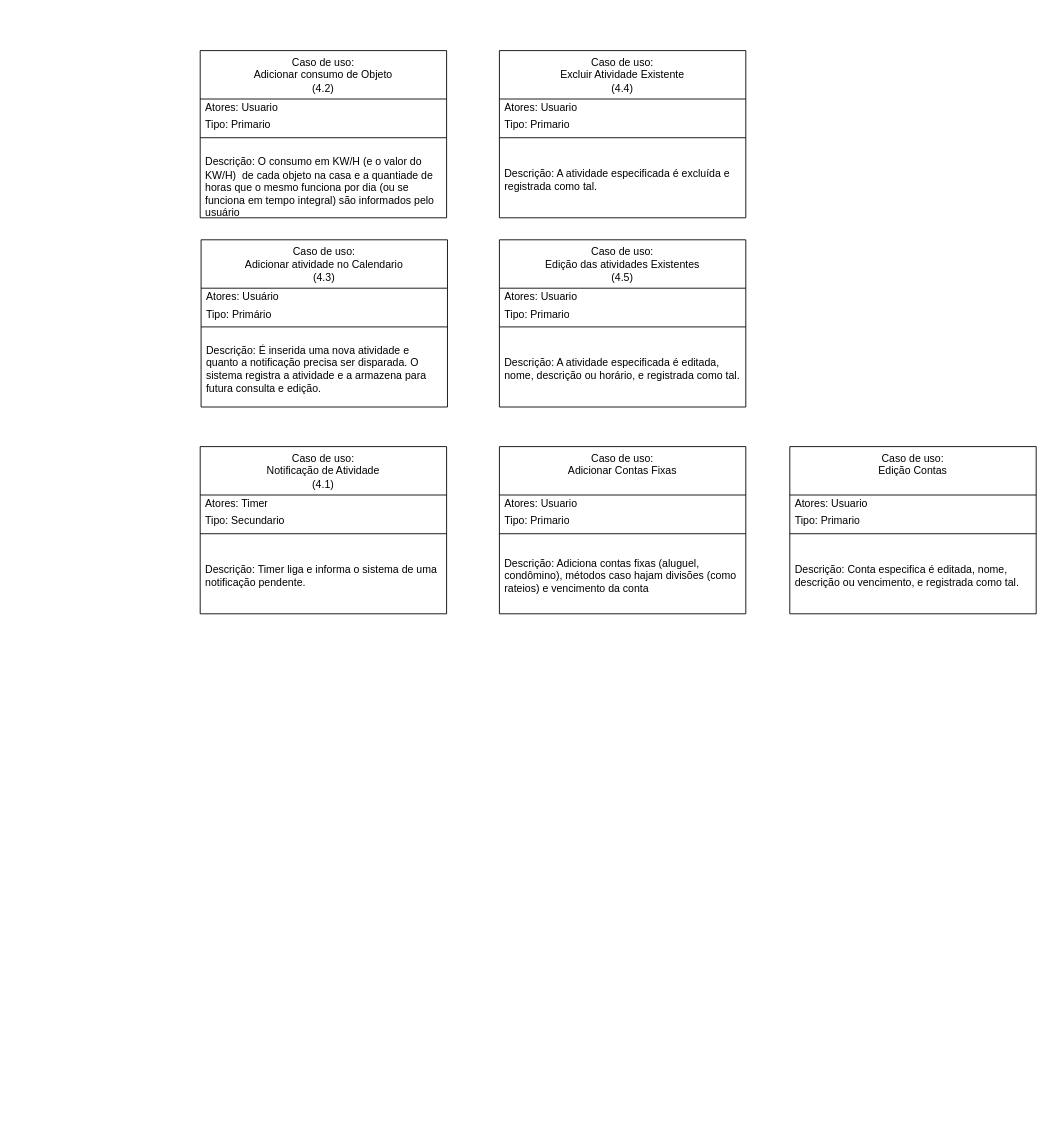
This is Caso_de_uso_AltoNivel.drawio from Sleeper02/ESI, a draw.io file, before an edit. Source tidied: cells renumbered, new cells numbered last; positions are measured from the earlier drawing's top-left corner, leaving out a move shared by most shapes. Both pictures are drawn from the tidied source at 88%, with x=0, y=0 at pixel (200, 50).
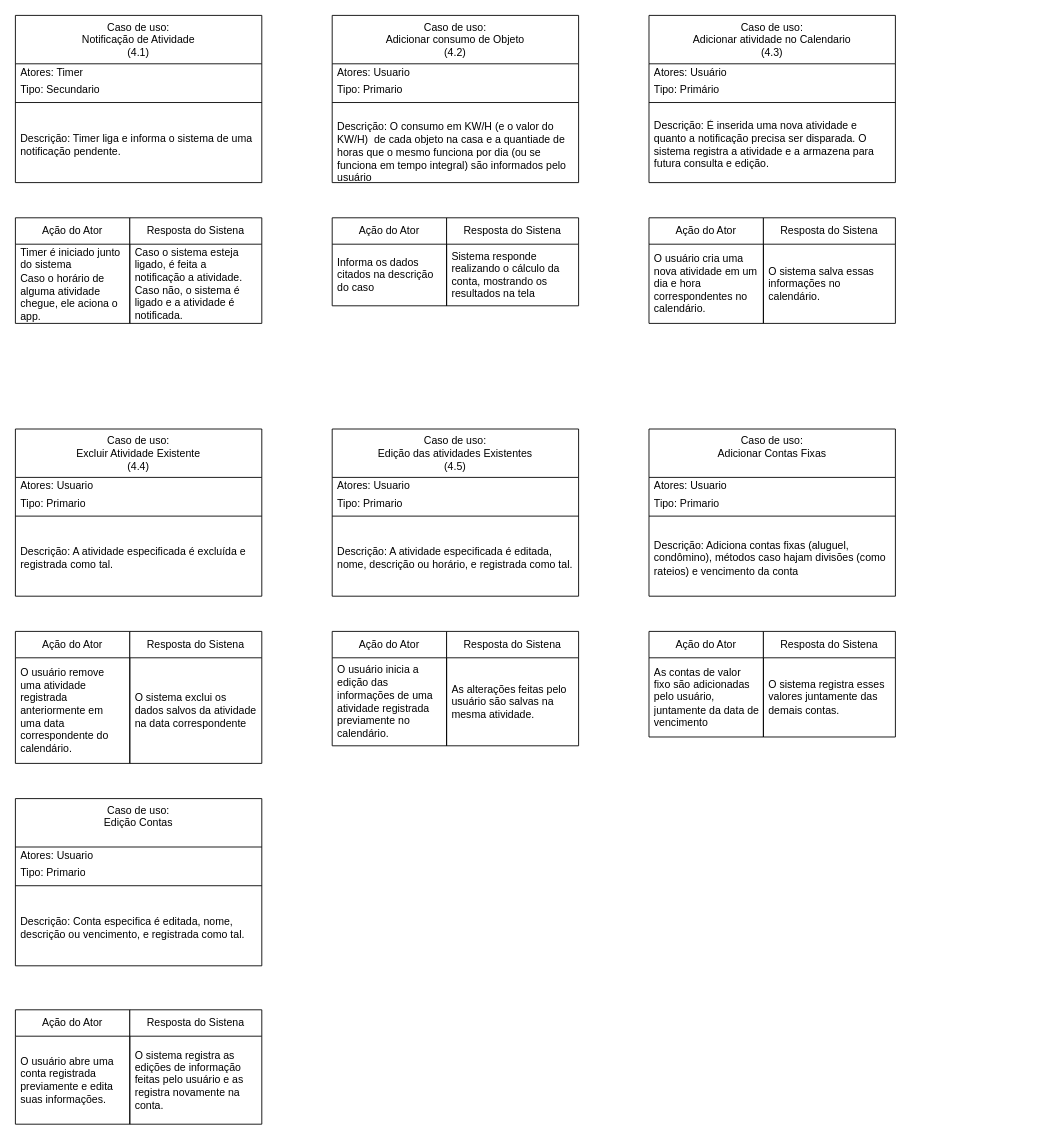
The same page after the edit.

Change to the diagram source:
```diff
@@
     <mxCell id="2" value="Caso de uso:&lt;br&gt;Adicionar consumo de Objeto&lt;br&gt;(4.2)" style="swimlane;fontStyle=0;align=center;verticalAlign=top;horizontal=1;startSize=55;html=1;whiteSpace=wrap;" parent="1" vertex="1">
-      <mxGeometry width="280" height="190" as="geometry" />
+      <mxGeometry x="150" y="-40" width="280" height="190" as="geometry" />
     </mxCell>
@@
     <mxCell id="7" value="Caso de uso:&lt;br&gt;Adicionar atividade no Calendario&lt;br&gt;(4.3)" style="swimlane;fontStyle=0;align=center;verticalAlign=top;horizontal=1;startSize=55;html=1;whiteSpace=wrap;" parent="1" vertex="1">
-      <mxGeometry x="1" y="215" width="280" height="190" as="geometry" />
+      <mxGeometry x="510" y="-40" width="280" height="190" as="geometry" />
     </mxCell>
@@
     <mxCell id="12" value="Caso de uso:&lt;br&gt;Notificação de Atividade&lt;br&gt;(4.1)" style="swimlane;fontStyle=0;align=center;verticalAlign=top;horizontal=1;startSize=55;html=1;whiteSpace=wrap;" parent="1" vertex="1">
-      <mxGeometry y="450" width="280" height="190" as="geometry" />
+      <mxGeometry x="-210" y="-40" width="280" height="190" as="geometry" />
     </mxCell>
@@
     <mxCell id="17" value="Caso de uso:&lt;br&gt;Excluir Atividade Existente&lt;br&gt;(4.4)" style="swimlane;fontStyle=0;align=center;verticalAlign=top;horizontal=1;startSize=55;html=1;whiteSpace=wrap;" parent="1" vertex="1">
-      <mxGeometry x="340" width="280" height="190" as="geometry" />
+      <mxGeometry x="-210" y="430" width="280" height="190" as="geometry" />
     </mxCell>
@@
     <mxCell id="22" value="Caso de uso:&lt;br&gt;Edição das atividades Existentes&lt;br&gt;(4.5)" style="swimlane;fontStyle=0;align=center;verticalAlign=top;horizontal=1;startSize=55;html=1;whiteSpace=wrap;" parent="1" vertex="1">
-      <mxGeometry x="340" y="215" width="280" height="190" as="geometry" />
+      <mxGeometry x="150" y="430" width="280" height="190" as="geometry" />
     </mxCell>
@@
     <mxCell id="27" value="Caso de uso:&lt;br&gt;Adicionar Contas Fixas" style="swimlane;fontStyle=0;align=center;verticalAlign=top;horizontal=1;startSize=55;html=1;whiteSpace=wrap;" parent="1" vertex="1">
-      <mxGeometry x="340" y="450" width="280" height="190" as="geometry" />
+      <mxGeometry x="510" y="430" width="280" height="190" as="geometry" />
     </mxCell>
@@
     <mxCell id="32" value="Caso de uso:&lt;br&gt;Edição Contas" style="swimlane;fontStyle=0;align=center;verticalAlign=top;horizontal=1;startSize=55;html=1;whiteSpace=wrap;" parent="1" vertex="1">
-      <mxGeometry x="670" y="450" width="280" height="190" as="geometry" />
+      <mxGeometry x="-210" y="850" width="280" height="190" as="geometry" />
     </mxCell>
@@
+    <mxCell id="37" value="Ação do Ator" style="swimlane;fontStyle=0;horizontal=1;startSize=30;whiteSpace=wrap;html=1;" parent="1" vertex="1">
+      <mxGeometry x="-210" y="190" width="130" height="120" as="geometry" />
+    </mxCell>
+    <mxCell id="38" value="Timer é iniciado junto do sistema" style="text;strokeColor=none;fillColor=none;align=left;verticalAlign=middle;spacingLeft=4;spacingRight=4;overflow=hidden;whiteSpace=wrap;html=1;" parent="37" vertex="1">
+      <mxGeometry y="30" width="130" height="30" as="geometry" />
+    </mxCell>
+    <mxCell id="39" value="Caso o horário de alguma atividade chegue, ele aciona o app." style="text;strokeColor=none;fillColor=none;align=left;verticalAlign=middle;spacingLeft=4;spacingRight=4;overflow=hidden;whiteSpace=wrap;html=1;" parent="37" vertex="1">
+      <mxGeometry y="60" width="130" height="60" as="geometry" />
+    </mxCell>
+    <mxCell id="40" value="Resposta do Sistena" style="swimlane;fontStyle=0;horizontal=1;startSize=30;whiteSpace=wrap;html=1;" parent="1" vertex="1">
+      <mxGeometry x="-80" y="190" width="150" height="120" as="geometry" />
+    </mxCell>
+    <mxCell id="41" value="Caso o sistema esteja ligado, é feita a notificação a atividade. Caso não, o sistema é ligado e a atividade é&amp;nbsp; notificada." style="text;strokeColor=none;fillColor=none;align=left;verticalAlign=middle;spacingLeft=4;spacingRight=4;overflow=hidden;whiteSpace=wrap;html=1;" parent="40" vertex="1">
+      <mxGeometry y="30" width="150" height="90" as="geometry" />
+    </mxCell>
+    <mxCell id="42" value="Ação do Ator" style="swimlane;fontStyle=0;horizontal=1;startSize=30;whiteSpace=wrap;html=1;" parent="1" vertex="1">
+      <mxGeometry x="150" y="190" width="130" height="100" as="geometry" />
+    </mxCell>
+    <mxCell id="43" value="Informa os dados citados na descrição do caso" style="text;strokeColor=none;fillColor=none;align=left;verticalAlign=middle;spacingLeft=4;spacingRight=4;overflow=hidden;whiteSpace=wrap;html=1;" parent="42" vertex="1">
+      <mxGeometry y="30" width="130" height="70" as="geometry" />
+    </mxCell>
+    <mxCell id="44" value="Resposta do Sistena" style="swimlane;fontStyle=0;horizontal=1;startSize=30;whiteSpace=wrap;html=1;" parent="1" vertex="1">
+      <mxGeometry x="280" y="190" width="150" height="100" as="geometry" />
+    </mxCell>
+    <mxCell id="45" value="Sistema responde realizando o cálculo da conta, mostrando os resultados na tela" style="text;strokeColor=none;fillColor=none;align=left;verticalAlign=middle;spacingLeft=4;spacingRight=4;overflow=hidden;whiteSpace=wrap;html=1;" parent="44" vertex="1">
+      <mxGeometry y="30" width="150" height="70" as="geometry" />
+    </mxCell>
+    <mxCell id="46" value="Ação do Ator" style="swimlane;fontStyle=0;horizontal=1;startSize=30;whiteSpace=wrap;html=1;" parent="1" vertex="1">
+      <mxGeometry x="510" y="190" width="130" height="120" as="geometry" />
+    </mxCell>
+    <mxCell id="47" value="O usuário cria uma nova atividade em um dia e hora correspondentes no calendário." style="text;strokeColor=none;fillColor=none;align=left;verticalAlign=middle;spacingLeft=4;spacingRight=4;overflow=hidden;whiteSpace=wrap;html=1;" parent="46" vertex="1">
+      <mxGeometry y="30" width="130" height="90" as="geometry" />
+    </mxCell>
+    <mxCell id="48" value="Resposta do Sistena" style="swimlane;fontStyle=0;horizontal=1;startSize=30;whiteSpace=wrap;html=1;" parent="1" vertex="1">
+      <mxGeometry x="640" y="190" width="150" height="120" as="geometry" />
+    </mxCell>
+    <mxCell id="49" value="O sistema salva essas informações no calendário." style="text;strokeColor=none;fillColor=none;align=left;verticalAlign=middle;spacingLeft=4;spacingRight=4;overflow=hidden;whiteSpace=wrap;html=1;" parent="48" vertex="1">
+      <mxGeometry y="30" width="150" height="90" as="geometry" />
+    </mxCell>
+    <mxCell id="50" value="Ação do Ator" style="swimlane;fontStyle=0;horizontal=1;startSize=30;whiteSpace=wrap;html=1;" parent="1" vertex="1">
+      <mxGeometry x="-210" y="660" width="130" height="150" as="geometry" />
+    </mxCell>
+    <mxCell id="51" value="O usuário remove uma atividade registrada anteriormente em uma data correspondente do calendário." style="text;strokeColor=none;fillColor=none;align=left;verticalAlign=middle;spacingLeft=4;spacingRight=4;overflow=hidden;whiteSpace=wrap;html=1;" parent="50" vertex="1">
+      <mxGeometry y="30" width="130" height="120" as="geometry" />
+    </mxCell>
+    <mxCell id="52" value="Resposta do Sistena" style="swimlane;fontStyle=0;horizontal=1;startSize=30;whiteSpace=wrap;html=1;" parent="1" vertex="1">
+      <mxGeometry x="-80" y="660" width="150" height="150" as="geometry" />
+    </mxCell>
+    <mxCell id="53" value="O sistema exclui os dados salvos da atividade na data correspondente" style="text;strokeColor=none;fillColor=none;align=left;verticalAlign=middle;spacingLeft=4;spacingRight=4;overflow=hidden;whiteSpace=wrap;html=1;" parent="52" vertex="1">
+      <mxGeometry y="30" width="150" height="120" as="geometry" />
+    </mxCell>
+    <mxCell id="54" value="Ação do Ator" style="swimlane;fontStyle=0;horizontal=1;startSize=30;whiteSpace=wrap;html=1;" parent="1" vertex="1">
+      <mxGeometry x="150" y="660" width="130" height="130" as="geometry" />
+    </mxCell>
+    <mxCell id="55" value="O usuário inicia a edição das informações de uma atividade registrada previamente no calendário." style="text;strokeColor=none;fillColor=none;align=left;verticalAlign=middle;spacingLeft=4;spacingRight=4;overflow=hidden;whiteSpace=wrap;html=1;" parent="54" vertex="1">
+      <mxGeometry y="30" width="130" height="100" as="geometry" />
+    </mxCell>
+    <mxCell id="56" value="Resposta do Sistena" style="swimlane;fontStyle=0;horizontal=1;startSize=30;whiteSpace=wrap;html=1;" parent="1" vertex="1">
+      <mxGeometry x="280" y="660" width="150" height="130" as="geometry" />
+    </mxCell>
+    <mxCell id="57" value="As alterações feitas pelo usuário são salvas na mesma atividade." style="text;strokeColor=none;fillColor=none;align=left;verticalAlign=middle;spacingLeft=4;spacingRight=4;overflow=hidden;whiteSpace=wrap;html=1;" parent="56" vertex="1">
+      <mxGeometry y="30" width="150" height="100" as="geometry" />
+    </mxCell>
+    <mxCell id="58" value="Ação do Ator" style="swimlane;fontStyle=0;horizontal=1;startSize=30;whiteSpace=wrap;html=1;" parent="1" vertex="1">
+      <mxGeometry x="510" y="660" width="130" height="120" as="geometry" />
+    </mxCell>
+    <mxCell id="59" value="As contas de valor fixo são adicionadas pelo usuário, juntamente da data de vencimento" style="text;strokeColor=none;fillColor=none;align=left;verticalAlign=middle;spacingLeft=4;spacingRight=4;overflow=hidden;whiteSpace=wrap;html=1;" parent="58" vertex="1">
+      <mxGeometry y="30" width="130" height="90" as="geometry" />
+    </mxCell>
+    <mxCell id="60" value="Resposta do Sistena" style="swimlane;fontStyle=0;horizontal=1;startSize=30;whiteSpace=wrap;html=1;" parent="1" vertex="1">
+      <mxGeometry x="640" y="660" width="150" height="120" as="geometry" />
+    </mxCell>
+    <mxCell id="61" value="O sistema registra esses valores juntamente das demais contas." style="text;strokeColor=none;fillColor=none;align=left;verticalAlign=middle;spacingLeft=4;spacingRight=4;overflow=hidden;whiteSpace=wrap;html=1;" parent="60" vertex="1">
+      <mxGeometry y="30" width="150" height="90" as="geometry" />
+    </mxCell>
+    <mxCell id="62" value="Ação do Ator" style="swimlane;fontStyle=0;horizontal=1;startSize=30;whiteSpace=wrap;html=1;" parent="1" vertex="1">
+      <mxGeometry x="-210" y="1090" width="130" height="130" as="geometry" />
+    </mxCell>
+    <mxCell id="63" value="O usuário abre uma conta registrada previamente e edita suas informações." style="text;strokeColor=none;fillColor=none;align=left;verticalAlign=middle;spacingLeft=4;spacingRight=4;overflow=hidden;whiteSpace=wrap;html=1;" parent="62" vertex="1">
+      <mxGeometry y="30" width="130" height="100" as="geometry" />
+    </mxCell>
+    <mxCell id="64" value="Resposta do Sistena" style="swimlane;fontStyle=0;horizontal=1;startSize=30;whiteSpace=wrap;html=1;" parent="1" vertex="1">
+      <mxGeometry x="-80" y="1090" width="150" height="130" as="geometry" />
+    </mxCell>
+    <mxCell id="65" value="O sistema registra as edições de informação feitas pelo usuário e as registra novamente na conta." style="text;strokeColor=none;fillColor=none;align=left;verticalAlign=middle;spacingLeft=4;spacingRight=4;overflow=hidden;whiteSpace=wrap;html=1;" parent="64" vertex="1">
+      <mxGeometry y="30" width="150" height="100" as="geometry" />
+    </mxCell>
```
